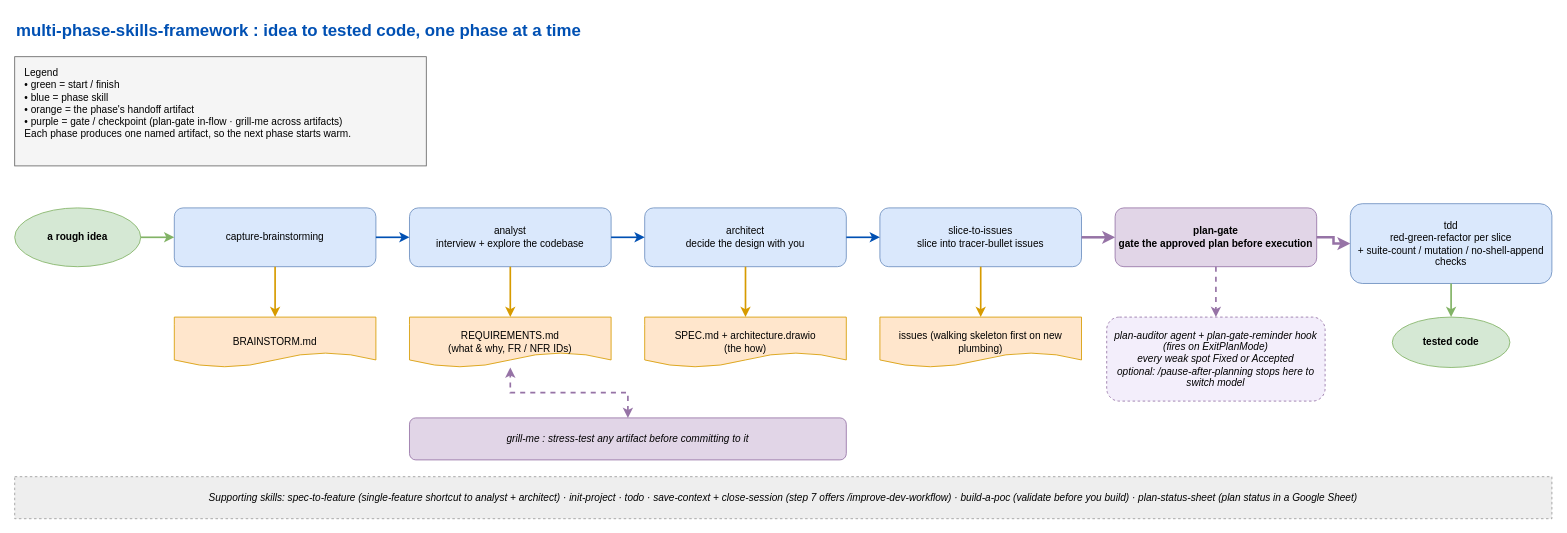
The draw.io diagram docs/framework-flows.drawio in eranw2000/multi-phase-skills-framework, before the edit. Source tidied: cells renumbered, new cells numbered last; positions are measured from the earlier drawing's top-left corner, leaving out a move shared by most shapes. Both pictures are drawn from the tidied source at 84%, with x=0, y=0 at pixel (14, 14).
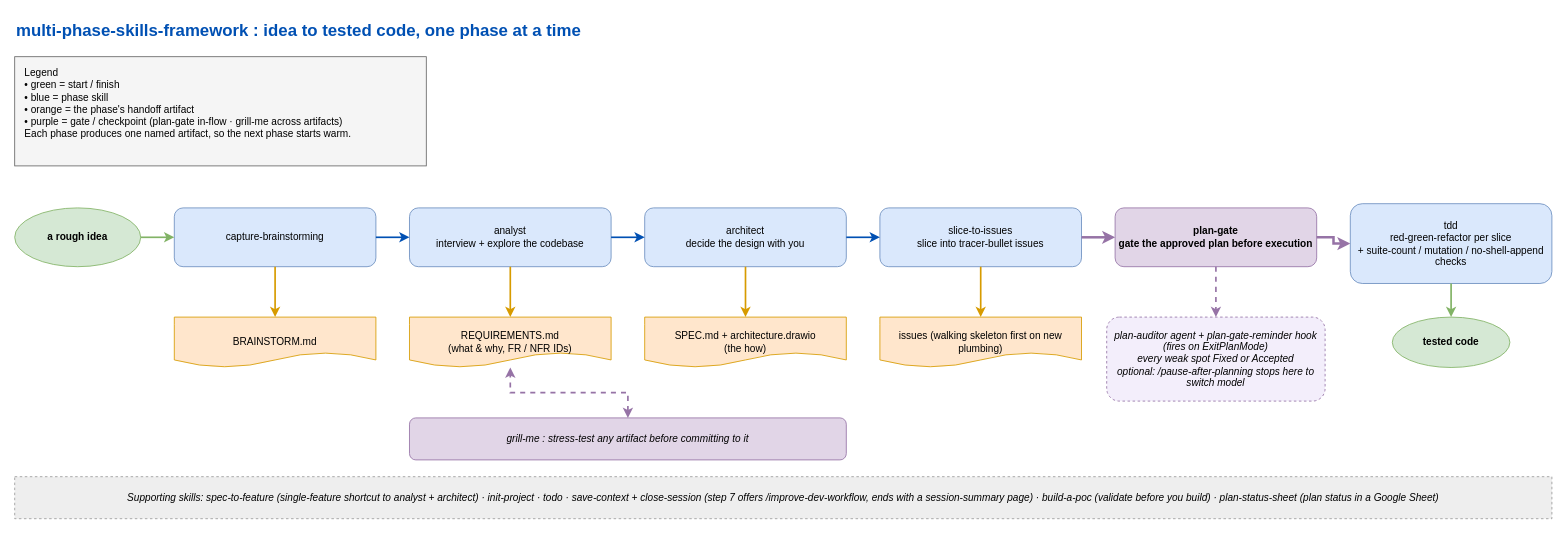
Above is the later version.

Commit message (it also covers changes not shown here):
session-summary: a visual summary page at the end of every session (#27)

Diff of the diagram source:
```diff
@@
-    <mxCell id="18" value="Supporting skills:  spec-to-feature (single-feature shortcut to analyst + architect)  ·  init-project  ·  todo  ·  save-context + close-session (step 7 offers /improve-dev-workflow)  ·  build-a-poc (validate before you build)  ·  plan-status-sheet (plan status in a Google Sheet)" style="rounded=0;fillColor=#eeeeee;strokeColor=#999999;html=1;whiteSpace=wrap;fontStyle=2;dashed=1;verticalAlign=middle;align=center;" parent="1" vertex="1">
+    <mxCell id="18" value="Supporting skills:  spec-to-feature (single-feature shortcut to analyst + architect)  ·  init-project  ·  todo  ·  save-context + close-session (step 7 offers /improve-dev-workflow, ends with a session-summary page)  ·  build-a-poc (validate before you build)  ·  plan-status-sheet (plan status in a Google Sheet)" style="rounded=0;fillColor=#eeeeee;strokeColor=#999999;html=1;whiteSpace=wrap;fontStyle=2;dashed=1;verticalAlign=middle;align=center;" parent="1" vertex="1">
       <mxGeometry y="550" width="1830" height="50" as="geometry" />
     </mxCell>
```
